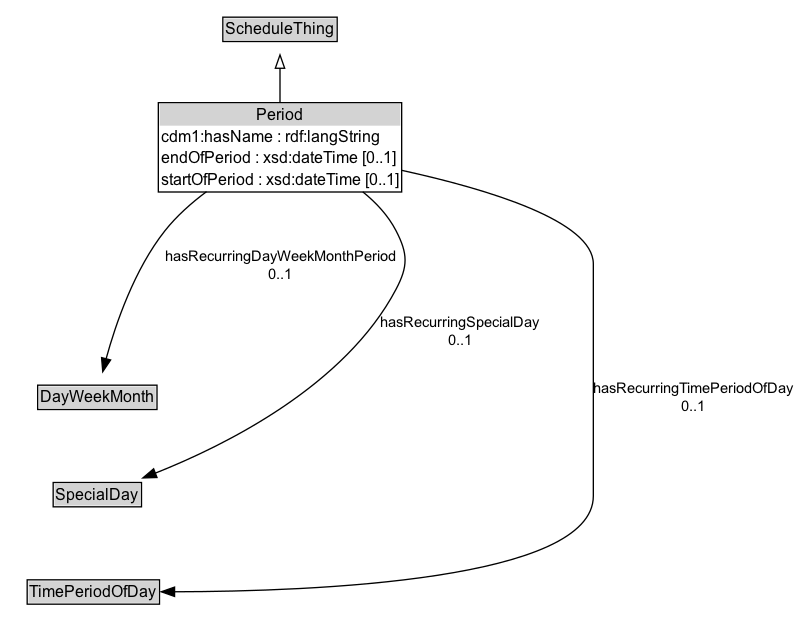
The Graphviz diagram docs/diagrams/Period.dot.png in k-vaughn/ontology-its-time, before a commit. Its source is kept beside it as docs/diagrams/Period.dot. The source it was exported from:
```dot
digraph {
	graph [overlap=false rankdir=TB splines=true]
	node [fontname=Arial fontsize=12 margin=0 shape=none]
	edge [fontname=Arial fontsize=11]
	{
		rank=source
		ScheduleThing [label=<<TABLE BORDER="1" CELLBORDER="0" CELLSPACING="0" CELLPADDING="1"><TR><TD BGCOLOR="lightgray" ALIGN="CENTER">ScheduleThing</TD></TR></TABLE>> URL="../ScheduleThing" margin=0]
	}
	Period [label=<<TABLE BORDER="1" CELLBORDER="0" CELLSPACING="0" CELLPADDING="1"><TR><TD BGCOLOR="lightgray" ALIGN="CENTER">Period</TD></TR><TR><TD ALIGN="LEFT">cdm1:hasName : rdf:langString</TD></TR><TR><TD ALIGN="LEFT">endOfPeriod : xsd:dateTime [0..1]</TD></TR><TR><TD ALIGN="LEFT">startOfPeriod : xsd:dateTime [0..1]</TD></TR></TABLE>> URL="../Period" margin=0]
	{
		rank=max
	}
	subgraph cluster_associated {
		label="" style=invis
		Invis [label=<<TABLE BORDER="0" CELLBORDER="0" CELLSPACING="0" CELLPADDING="1"><TR><TD></TD></TR></TABLE>> margin=0 style=invis]
		DayWeekMonth [label=<<TABLE BORDER="1" CELLBORDER="0" CELLSPACING="0" CELLPADDING="1"><TR><TD BGCOLOR="lightgray" ALIGN="CENTER">DayWeekMonth</TD></TR></TABLE>> URL="../DayWeekMonth" margin=0]
		SpecialDay [label=<<TABLE BORDER="1" CELLBORDER="0" CELLSPACING="0" CELLPADDING="1"><TR><TD BGCOLOR="lightgray" ALIGN="CENTER">SpecialDay</TD></TR></TABLE>> URL="../SpecialDay" margin=0]
		TimePeriodOfDay [label=<<TABLE BORDER="1" CELLBORDER="0" CELLSPACING="0" CELLPADDING="1"><TR><TD BGCOLOR="lightgray" ALIGN="CENTER">TimePeriodOfDay</TD></TR></TABLE>> URL="../TimePeriodOfDay" margin=0]
	}
	Period -> ScheduleThing [arrowhead=onormal style=solid]
	Period -> Invis [style=invis]
	Invis -> DayWeekMonth [style=invis]
	DayWeekMonth -> SpecialDay [style=invis]
	SpecialDay -> TimePeriodOfDay [style=invis]
	DayWeekMonth [label=<<TABLE BORDER="1" CELLBORDER="0" CELLSPACING="0" CELLPADDING="1"><TR><TD BGCOLOR="lightgray" ALIGN="CENTER">DayWeekMonth</TD></TR></TABLE>> URL="../DayWeekMonth" margin=0]
	Period -> DayWeekMonth [label="hasRecurringDayWeekMonthPeriod
0..1" arrowhead=normal style=solid]
	SpecialDay [label=<<TABLE BORDER="1" CELLBORDER="0" CELLSPACING="0" CELLPADDING="1"><TR><TD BGCOLOR="lightgray" ALIGN="CENTER">SpecialDay</TD></TR></TABLE>> URL="../SpecialDay" margin=0]
	Period -> SpecialDay [label="hasRecurringSpecialDay
0..1" arrowhead=normal style=solid]
	TimePeriodOfDay [label=<<TABLE BORDER="1" CELLBORDER="0" CELLSPACING="0" CELLPADDING="1"><TR><TD BGCOLOR="lightgray" ALIGN="CENTER">TimePeriodOfDay</TD></TR></TABLE>> URL="../TimePeriodOfDay" margin=0]
	Period -> TimePeriodOfDay [label="hasRecurringTimePeriodOfDay
0..1" arrowhead=normal style=solid]
}
```
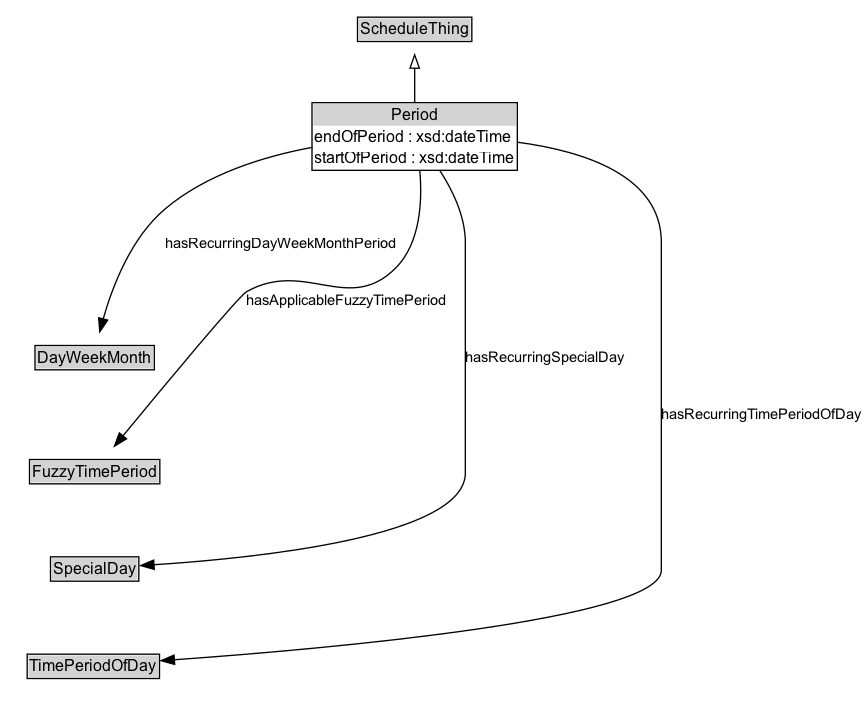
The same file after the commit.

Diff of the diagram source:
```diff
@@ -6,7 +6,7 @@
 		rank=source
 		ScheduleThing [label=<<TABLE BORDER="1" CELLBORDER="0" CELLSPACING="0" CELLPADDING="1"><TR><TD BGCOLOR="lightgray" ALIGN="CENTER">ScheduleThing</TD></TR></TABLE>> URL="../ScheduleThing" margin=0]
 	}
-	Period [label=<<TABLE BORDER="1" CELLBORDER="0" CELLSPACING="0" CELLPADDING="1"><TR><TD BGCOLOR="lightgray" ALIGN="CENTER">Period</TD></TR><TR><TD ALIGN="LEFT">cdm1:hasName : rdf:langString</TD></TR><TR><TD ALIGN="LEFT">endOfPeriod : xsd:dateTime [0..1]</TD></TR><TR><TD ALIGN="LEFT">startOfPeriod : xsd:dateTime [0..1]</TD></TR></TABLE>> URL="../Period" margin=0]
+	Period [label=<<TABLE BORDER="1" CELLBORDER="0" CELLSPACING="0" CELLPADDING="1"><TR><TD BGCOLOR="lightgray" ALIGN="CENTER">Period</TD></TR><TR><TD ALIGN="LEFT">endOfPeriod : xsd:dateTime</TD></TR><TR><TD ALIGN="LEFT">startOfPeriod : xsd:dateTime</TD></TR></TABLE>> URL="../Period" margin=0]
 	{
 		rank=max
 	}
@@ -14,21 +14,22 @@
 		label="" style=invis
 		Invis [label=<<TABLE BORDER="0" CELLBORDER="0" CELLSPACING="0" CELLPADDING="1"><TR><TD></TD></TR></TABLE>> margin=0 style=invis]
 		DayWeekMonth [label=<<TABLE BORDER="1" CELLBORDER="0" CELLSPACING="0" CELLPADDING="1"><TR><TD BGCOLOR="lightgray" ALIGN="CENTER">DayWeekMonth</TD></TR></TABLE>> URL="../DayWeekMonth" margin=0]
+		FuzzyTimePeriod [label=<<TABLE BORDER="1" CELLBORDER="0" CELLSPACING="0" CELLPADDING="1"><TR><TD BGCOLOR="lightgray" ALIGN="CENTER">FuzzyTimePeriod</TD></TR></TABLE>> URL="../FuzzyTimePeriod" margin=0]
 		SpecialDay [label=<<TABLE BORDER="1" CELLBORDER="0" CELLSPACING="0" CELLPADDING="1"><TR><TD BGCOLOR="lightgray" ALIGN="CENTER">SpecialDay</TD></TR></TABLE>> URL="../SpecialDay" margin=0]
 		TimePeriodOfDay [label=<<TABLE BORDER="1" CELLBORDER="0" CELLSPACING="0" CELLPADDING="1"><TR><TD BGCOLOR="lightgray" ALIGN="CENTER">TimePeriodOfDay</TD></TR></TABLE>> URL="../TimePeriodOfDay" margin=0]
 	}
 	Period -> ScheduleThing [arrowhead=onormal style=solid]
 	Period -> Invis [style=invis]
 	Invis -> DayWeekMonth [style=invis]
-	DayWeekMonth -> SpecialDay [style=invis]
+	DayWeekMonth -> FuzzyTimePeriod [style=invis]
+	FuzzyTimePeriod -> SpecialDay [style=invis]
 	SpecialDay -> TimePeriodOfDay [style=invis]
 	DayWeekMonth [label=<<TABLE BORDER="1" CELLBORDER="0" CELLSPACING="0" CELLPADDING="1"><TR><TD BGCOLOR="lightgray" ALIGN="CENTER">DayWeekMonth</TD></TR></TABLE>> URL="../DayWeekMonth" margin=0]
-	Period -> DayWeekMonth [label="hasRecurringDayWeekMonthPeriod
-0..1" arrowhead=normal style=solid]
+	Period -> DayWeekMonth [label=hasRecurringDayWeekMonthPeriod arrowhead=normal style=solid]
 	SpecialDay [label=<<TABLE BORDER="1" CELLBORDER="0" CELLSPACING="0" CELLPADDING="1"><TR><TD BGCOLOR="lightgray" ALIGN="CENTER">SpecialDay</TD></TR></TABLE>> URL="../SpecialDay" margin=0]
-	Period -> SpecialDay [label="hasRecurringSpecialDay
-0..1" arrowhead=normal style=solid]
+	Period -> SpecialDay [label=hasRecurringSpecialDay arrowhead=normal style=solid]
 	TimePeriodOfDay [label=<<TABLE BORDER="1" CELLBORDER="0" CELLSPACING="0" CELLPADDING="1"><TR><TD BGCOLOR="lightgray" ALIGN="CENTER">TimePeriodOfDay</TD></TR></TABLE>> URL="../TimePeriodOfDay" margin=0]
-	Period -> TimePeriodOfDay [label="hasRecurringTimePeriodOfDay
-0..1" arrowhead=normal style=solid]
+	Period -> TimePeriodOfDay [label=hasRecurringTimePeriodOfDay arrowhead=normal style=solid]
+	FuzzyTimePeriod [label=<<TABLE BORDER="1" CELLBORDER="0" CELLSPACING="0" CELLPADDING="1"><TR><TD BGCOLOR="lightgray" ALIGN="CENTER">FuzzyTimePeriod</TD></TR></TABLE>> URL="../FuzzyTimePeriod" margin=0]
+	Period -> FuzzyTimePeriod [label=hasApplicableFuzzyTimePeriod arrowhead=normal style=solid]
 }
```
